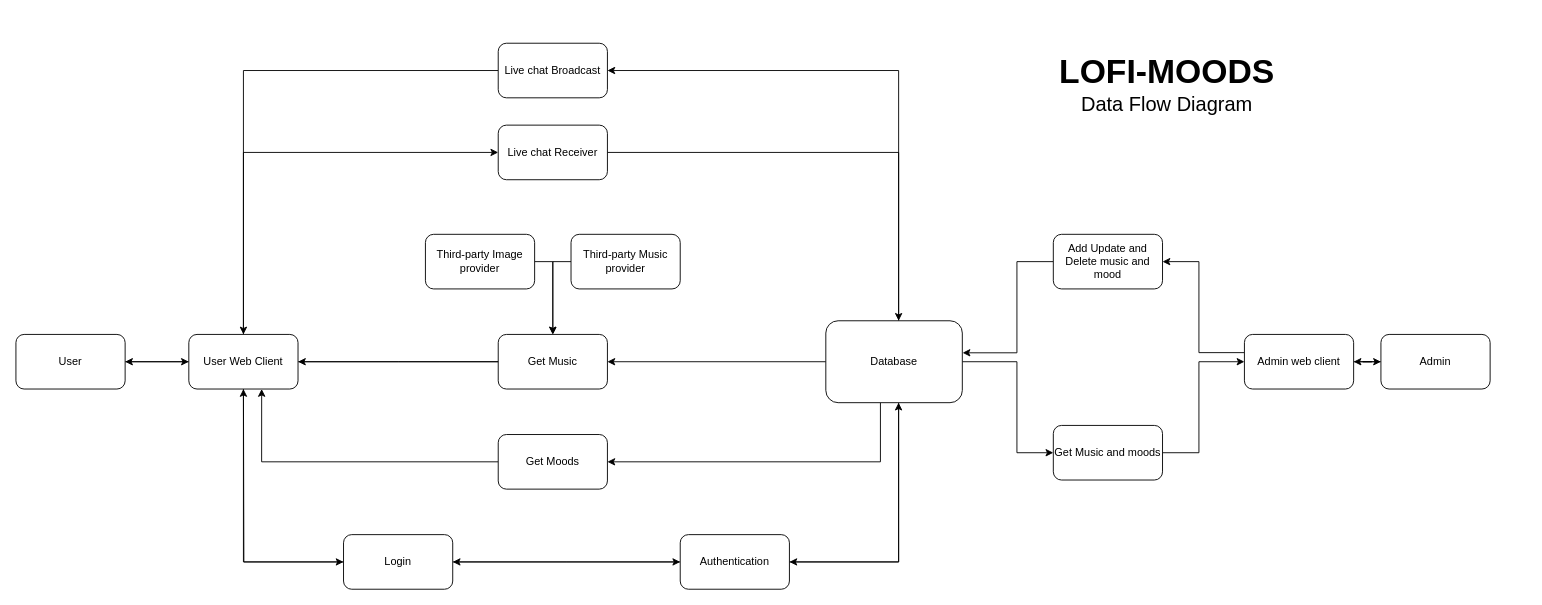
Before: Untitled Diagram.drawio in Grrom/lofi-moods-erd-stuff, a draw.io diagram. Source tidied: cells renumbered, new cells numbered last; positions are measured from the earlier drawing's top-left corner, leaving out a move shared by most shapes. Both pictures are drawn from the tidied source at 91%, with x=0, y=0 at pixel (15, 15).
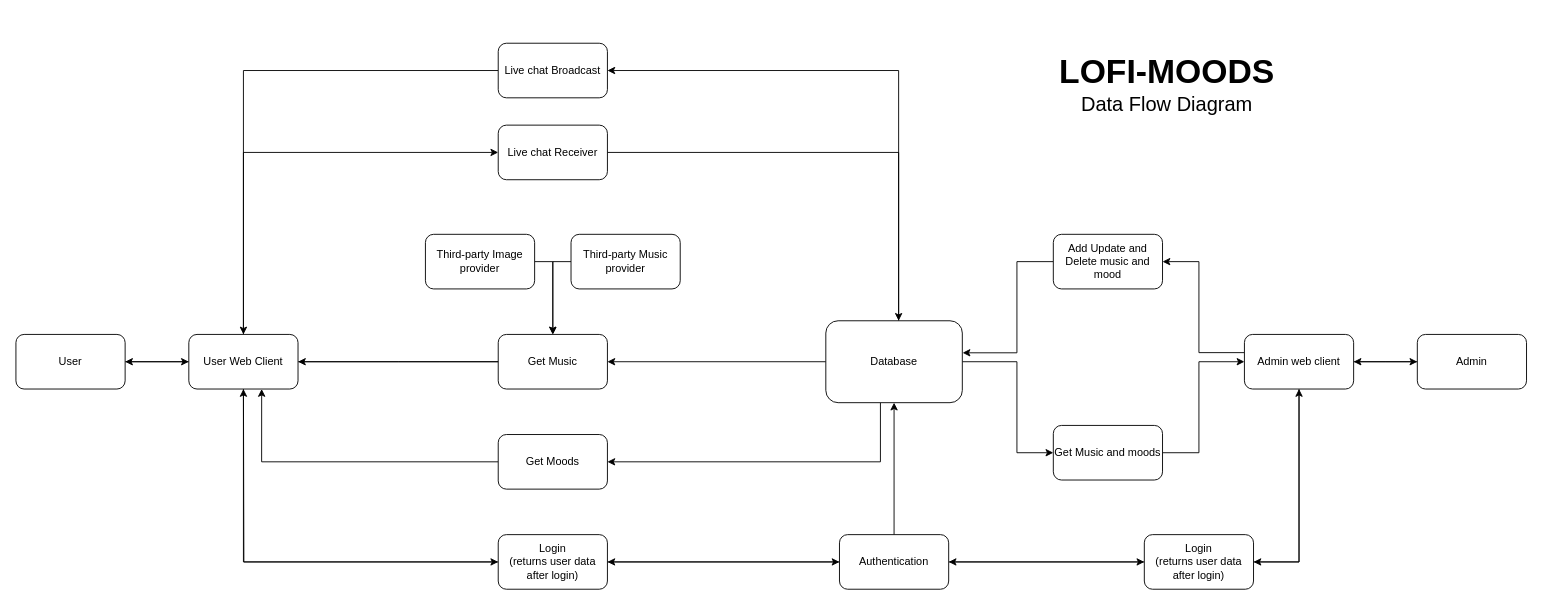
After the change.

Unchanged cells that the change refers to:
```xml
<mxCell id="17" value="Database" style="rounded=1;whiteSpace=wrap;html=1;" parent="1" vertex="1">
  <mxGeometry x="890" y="335" width="150" height="90" as="geometry" />
</mxCell>
<mxCell id="35" value="Admin web client" style="rounded=1;whiteSpace=wrap;html=1;" parent="1" vertex="1">
  <mxGeometry x="1350" y="350" width="120" height="60" as="geometry" />
</mxCell>
```

Diff of the diagram source:
```diff
@@
-    <mxCell id="11" value="Login" style="rounded=1;whiteSpace=wrap;html=1;" parent="1" vertex="1">
-      <mxGeometry x="360" y="570" width="120" height="60" as="geometry" />
-    </mxCell>
-    <mxCell id="12" style="edgeStyle=orthogonalEdgeStyle;rounded=0;jettySize=auto;html=1;entryX=1;entryY=0.5;entryDx=0;entryDy=0;" parent="1" edge="1" source="17" target="20">
-      <mxGeometry relative="1" as="geometry">
-        <Array as="points">
-          <mxPoint x="970" y="600" />
-        </Array>
-      </mxGeometry>
-    </mxCell>
@@
-    <mxCell id="18" style="edgeStyle=orthogonalEdgeStyle;rounded=0;jettySize=auto;html=1;entryX=0.533;entryY=1;entryDx=0;entryDy=0;entryPerimeter=0;" parent="1" edge="1" source="20" target="17">
+    <mxCell id="18" style="edgeStyle=orthogonalEdgeStyle;rounded=0;jettySize=auto;html=1;fontSize=37;entryX=0.5;entryY=1;entryDx=0;entryDy=0;" parent="1" edge="1" source="20" target="17">
       <mxGeometry relative="1" as="geometry">
         <Array as="points">
-          <mxPoint x="970" y="600" />
+          <mxPoint x="965" y="510" />
+          <mxPoint x="965" y="510" />
         </Array>
       </mxGeometry>
     </mxCell>
-    <mxCell id="19" style="edgeStyle=orthogonalEdgeStyle;rounded=0;jettySize=auto;html=1;" parent="1" edge="1" source="20">
-      <mxGeometry relative="1" as="geometry">
-        <mxPoint x="480" y="600" as="targetPoint" />
-      </mxGeometry>
-    </mxCell>
+    <mxCell id="43" style="edgeStyle=orthogonalEdgeStyle;rounded=0;jettySize=auto;html=1;entryX=0;entryY=0.5;entryDx=0;entryDy=0;fontSize=37;" parent="1" edge="1" source="20" target="49">
+      <mxGeometry relative="1" as="geometry" />
+    </mxCell>
+    <mxCell id="44" style="edgeStyle=orthogonalEdgeStyle;rounded=0;jettySize=auto;html=1;entryX=1;entryY=0.5;entryDx=0;entryDy=0;fontSize=37;" parent="1" edge="1" source="20" target="11">
+      <mxGeometry relative="1" as="geometry" />
+    </mxCell>
     <mxCell id="20" value="Authentication" style="rounded=1;whiteSpace=wrap;html=1;" parent="1" vertex="1">
-      <mxGeometry x="730" y="570" width="120" height="60" as="geometry" />
+      <mxGeometry x="905" y="570" width="120" height="60" as="geometry" />
     </mxCell>
@@
-    <mxCell id="34" style="edgeStyle=orthogonalEdgeStyle;rounded=0;jettySize=auto;html=1;fontSize=37;" parent="1" edge="1" source="35">
-      <mxGeometry relative="1" as="geometry">
-        <mxPoint x="1500" y="380" as="targetPoint" />
-      </mxGeometry>
+    <mxCell id="34" style="edgeStyle=orthogonalEdgeStyle;rounded=0;jettySize=auto;html=1;fontSize=37;entryX=0;entryY=0.5;entryDx=0;entryDy=0;" parent="1" edge="1" source="35" target="41">
+      <mxGeometry relative="1" as="geometry" />
     </mxCell>
+    <mxCell id="45" style="edgeStyle=orthogonalEdgeStyle;rounded=0;jettySize=auto;html=1;entryX=1;entryY=0.5;entryDx=0;entryDy=0;fontSize=37;" parent="1" edge="1" source="35" target="49">
+      <mxGeometry relative="1" as="geometry" />
+    </mxCell>
@@
-    <mxCell id="40" style="edgeStyle=orthogonalEdgeStyle;rounded=0;jettySize=auto;html=1;entryX=1;entryY=0.5;entryDx=0;entryDy=0;fontSize=37;" parent="1" edge="1" source="41" target="35">
-      <mxGeometry relative="1" as="geometry" />
-    </mxCell>
+    <mxCell id="46" style="edgeStyle=orthogonalEdgeStyle;rounded=0;jettySize=auto;html=1;fontSize=37;" parent="1" edge="1" source="41">
+      <mxGeometry relative="1" as="geometry">
+        <mxPoint x="1470" y="380" as="targetPoint" />
+      </mxGeometry>
+    </mxCell>
     <mxCell id="41" value="Admin" style="rounded=1;whiteSpace=wrap;html=1;" parent="1" vertex="1">
-      <mxGeometry x="1500" y="350" width="120" height="60" as="geometry" />
+      <mxGeometry x="1540" y="350" width="120" height="60" as="geometry" />
     </mxCell>
@@
+    <mxCell id="47" style="edgeStyle=orthogonalEdgeStyle;rounded=0;jettySize=auto;html=1;entryX=1;entryY=0.5;entryDx=0;entryDy=0;fontSize=37;" parent="1" edge="1" source="49" target="20">
+      <mxGeometry relative="1" as="geometry" />
+    </mxCell>
+    <mxCell id="48" style="edgeStyle=orthogonalEdgeStyle;rounded=0;jettySize=auto;html=1;entryX=0.5;entryY=1;entryDx=0;entryDy=0;fontSize=37;" parent="1" edge="1" source="49" target="35">
+      <mxGeometry relative="1" as="geometry">
+        <Array as="points">
+          <mxPoint x="1410" y="600" />
+        </Array>
+      </mxGeometry>
+    </mxCell>
+    <mxCell id="49" value="Login&lt;br&gt;(returns user data after login)" style="rounded=1;whiteSpace=wrap;html=1;" parent="1" vertex="1">
+      <mxGeometry x="1240" y="570" width="120" height="60" as="geometry" />
+    </mxCell>
+    <mxCell id="11" value="Login&lt;br&gt;(returns user data after login)" style="rounded=1;whiteSpace=wrap;html=1;" parent="1" vertex="1">
+      <mxGeometry x="530" y="570" width="120" height="60" as="geometry" />
+    </mxCell>
```
